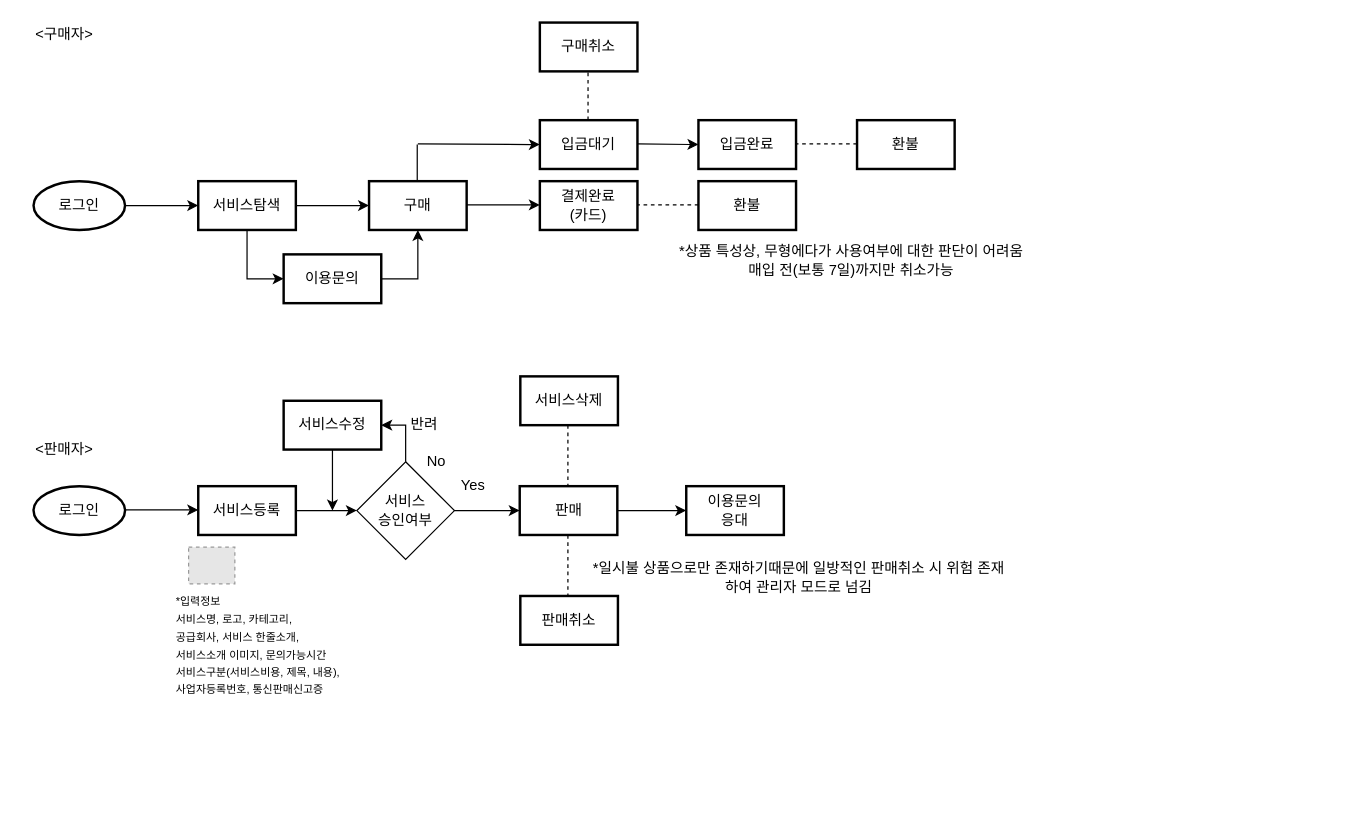
The draw.io diagram 비즈니스나우 컨설팅_RESET.drawio in Lucidhomme/TIL, before the edit. Source tidied: cells renumbered, new cells numbered last; positions are measured from the earlier drawing's top-left corner, leaving out a move shared by most shapes. Both pictures are drawn from the tidied source at 122%, with x=0, y=0 at pixel (21, 22). Pictures stored in the file or linked from it are replaced by grey dashed boxes.
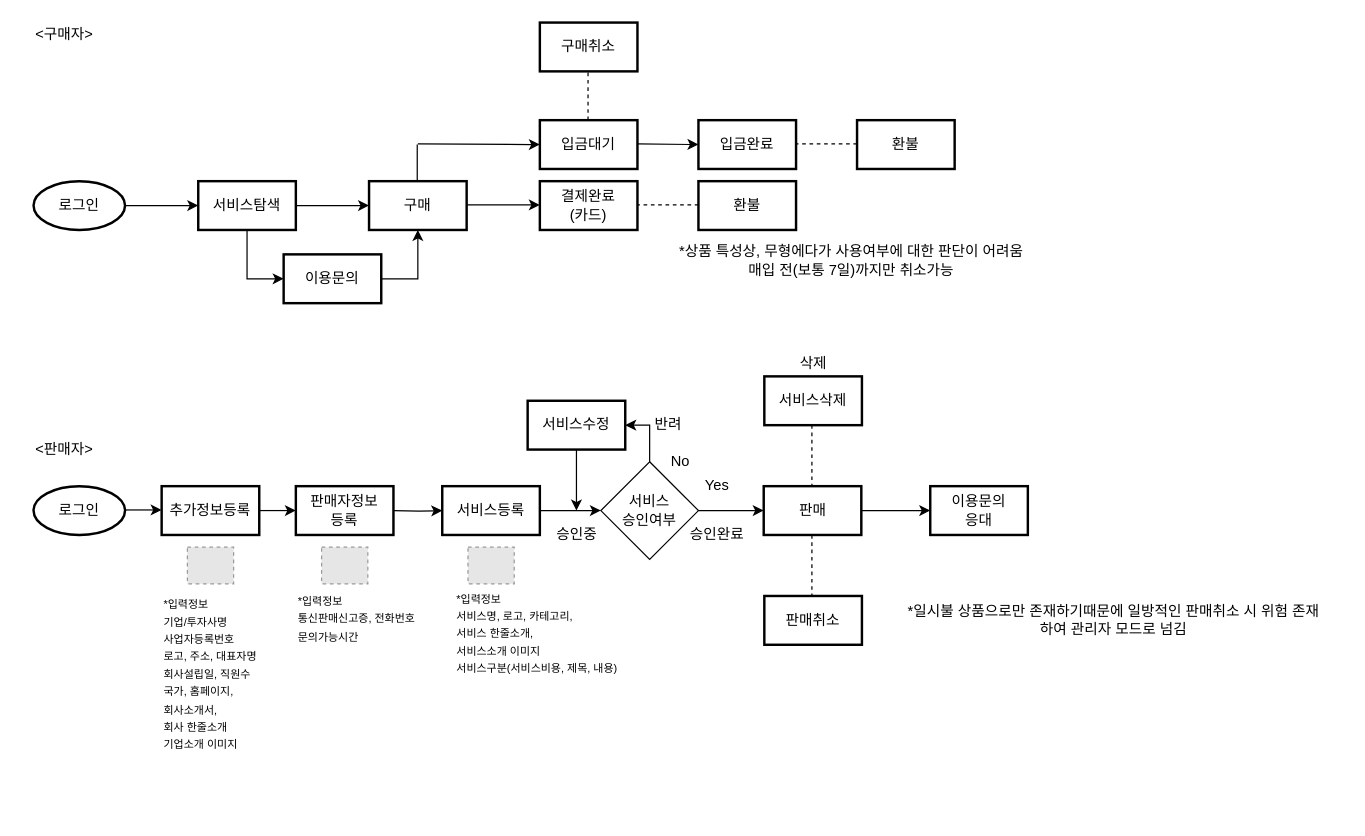
After the change.

Commit message:
Update 비즈니스나우 컨설팅_RESET.drawio

The edit, as a diff of the source:
```diff
@@
     <mxCell id="12" style="edgeStyle=orthogonalEdgeStyle;rounded=0;orthogonalLoop=1;jettySize=auto;html=1;" parent="1" edge="1">
       <mxGeometry relative="1" as="geometry">
         <mxPoint x="85" y="399.5" as="sourcePoint" />
-        <mxPoint x="145" y="399.5" as="targetPoint" />
+        <mxPoint x="115" y="399" as="targetPoint" />
       </mxGeometry>
     </mxCell>
@@
     <mxCell id="14" value="판매" style="whiteSpace=wrap;html=1;strokeWidth=2;" parent="1" vertex="1">
-      <mxGeometry x="408.5" y="380" width="80" height="40" as="geometry" />
+      <mxGeometry x="608.5" y="380" width="80" height="40" as="geometry" />
     </mxCell>
     <mxCell id="15" style="endArrow=none;dashed=1;html=1;entryX=0.5;entryY=0;entryDx=0;entryDy=0;" parent="1" edge="1">
       <mxGeometry relative="1" as="geometry">
-        <mxPoint x="448" y="420" as="sourcePoint" />
-        <mxPoint x="448" y="470" as="targetPoint" />
+        <mxPoint x="648" y="420" as="sourcePoint" />
+        <mxPoint x="648" y="470" as="targetPoint" />
       </mxGeometry>
     </mxCell>
     <mxCell id="16" value="판매취소" style="whiteSpace=wrap;html=1;strokeWidth=2;" parent="1" vertex="1">
-      <mxGeometry x="409" y="470" width="80" height="40" as="geometry" />
+      <mxGeometry x="609" y="470" width="80" height="40" as="geometry" />
     </mxCell>
     <mxCell id="17" style="fillColor=#E6E6E6;strokeColor=#999999;dashed=1;verticalLabelPosition=bottom;labelBackgroundColor=#ffffff;verticalAlign=top;" parent="1" vertex="1">
-      <mxGeometry x="137.1" y="430" width="37.9" height="30" as="geometry" />
+      <mxGeometry x="366.1" y="430" width="37.9" height="30" as="geometry" />
     </mxCell>
-    <mxCell id="18" value="&lt;font style=&quot;font-size: 9px&quot;&gt;*입력정보&lt;br&gt;&lt;span style=&quot;font-family: &amp;#34;맑은 고딕&amp;#34;&quot;&gt;서비스명&lt;/span&gt;&lt;span style=&quot;font-family: &amp;#34;맑은 고딕&amp;#34;&quot;&gt;, &lt;/span&gt;&lt;span style=&quot;font-family: &amp;#34;맑은 고딕&amp;#34;&quot;&gt;로고&lt;/span&gt;&lt;span style=&quot;font-family: &amp;#34;맑은 고딕&amp;#34;&quot;&gt;, &lt;/span&gt;&lt;span style=&quot;font-family: &amp;#34;맑은 고딕&amp;#34;&quot;&gt;카테고리,&lt;/span&gt;&lt;span style=&quot;font-family: &amp;#34;맑은 고딕&amp;#34;&quot;&gt;&lt;br&gt;&lt;/span&gt;&lt;span style=&quot;font-family: &amp;#34;맑은 고딕&amp;#34;&quot;&gt;공급회사&lt;/span&gt;&lt;span style=&quot;font-family: &amp;#34;맑은 고딕&amp;#34;&quot;&gt;, 서비스 한줄소개&lt;/span&gt;&lt;span style=&quot;font-family: &amp;#34;맑은 고딕&amp;#34;&quot;&gt;, &lt;br&gt;&lt;/span&gt;&lt;span style=&quot;font-family: &amp;#34;맑은 고딕&amp;#34;&quot;&gt;서비스소개 이미지&lt;/span&gt;&lt;span style=&quot;font-family: &amp;#34;맑은 고딕&amp;#34;&quot;&gt;, 문의가능시간&lt;br&gt;&lt;/span&gt;&lt;span style=&quot;font-family: &amp;#34;맑은 고딕&amp;#34;&quot;&gt;서비스구분(서비스비용, 제목, 내용),&lt;br&gt;사업자등록번호, 통신판매신고증&lt;br&gt;&lt;/span&gt;&lt;/font&gt;" style="text;html=1;align=left;verticalAlign=middle;fillColor=none;strokeColor=none;rounded=0;" parent="1" vertex="1">
-      <mxGeometry x="125" y="460" width="180" height="100" as="geometry" />
+    <mxCell id="18" value="&lt;font style=&quot;font-size: 9px&quot;&gt;*입력정보&lt;br&gt;&lt;span style=&quot;font-family: &amp;#34;맑은 고딕&amp;#34;&quot;&gt;서비스명&lt;/span&gt;&lt;span style=&quot;font-family: &amp;#34;맑은 고딕&amp;#34;&quot;&gt;, &lt;/span&gt;&lt;span style=&quot;font-family: &amp;#34;맑은 고딕&amp;#34;&quot;&gt;로고&lt;/span&gt;&lt;span style=&quot;font-family: &amp;#34;맑은 고딕&amp;#34;&quot;&gt;, &lt;/span&gt;&lt;span style=&quot;font-family: &amp;#34;맑은 고딕&amp;#34;&quot;&gt;카테고리,&lt;/span&gt;&lt;span style=&quot;font-family: &amp;#34;맑은 고딕&amp;#34;&quot;&gt;&lt;br&gt;&lt;/span&gt;&lt;span style=&quot;font-family: &amp;#34;맑은 고딕&amp;#34;&quot;&gt;서비스 한줄소개&lt;/span&gt;&lt;span style=&quot;font-family: &amp;#34;맑은 고딕&amp;#34;&quot;&gt;, &lt;br&gt;&lt;/span&gt;&lt;span style=&quot;font-family: &amp;#34;맑은 고딕&amp;#34;&quot;&gt;서비스소개 이미지&lt;/span&gt;&lt;span style=&quot;font-family: &amp;#34;맑은 고딕&amp;#34;&quot;&gt;&lt;br&gt;&lt;/span&gt;&lt;span style=&quot;font-family: &amp;#34;맑은 고딕&amp;#34;&quot;&gt;서비스구분(서비스비용, 제목, 내용)&lt;br&gt;&lt;/span&gt;&lt;/font&gt;" style="text;html=1;align=left;verticalAlign=middle;fillColor=none;strokeColor=none;rounded=0;" parent="1" vertex="1">
+      <mxGeometry x="355" y="460" width="170" height="80" as="geometry" />
     </mxCell>
@@
     <mxCell id="29" value="서비스삭제" style="whiteSpace=wrap;html=1;strokeWidth=2;" parent="1" vertex="1">
-      <mxGeometry x="409" y="290" width="80" height="40" as="geometry" />
+      <mxGeometry x="609" y="290" width="80" height="40" as="geometry" />
     </mxCell>
     <mxCell id="30" value="No" style="text;html=1;align=center;verticalAlign=middle;fillColor=none;strokeColor=none;rounded=0;" parent="1" vertex="1">
-      <mxGeometry x="325" y="350" width="30" height="20" as="geometry" />
+      <mxGeometry x="525" y="350" width="30" height="20" as="geometry" />
     </mxCell>
@@
     <mxCell id="32" value="서비스등록" style="whiteSpace=wrap;html=1;strokeWidth=2;" parent="1" vertex="1">
-      <mxGeometry x="145" y="380" width="80" height="40" as="geometry" />
+      <mxGeometry x="345" y="380" width="80" height="40" as="geometry" />
     </mxCell>
@@
     <mxCell id="35" value="서비스&lt;br&gt;승인여부" style="rhombus;whiteSpace=wrap;html=1;" parent="1" vertex="1">
-      <mxGeometry x="275" y="360" width="80" height="80" as="geometry" />
+      <mxGeometry x="475" y="360" width="80" height="80" as="geometry" />
     </mxCell>
     <mxCell id="36" value="Yes" style="text;html=1;align=center;verticalAlign=middle;fillColor=none;strokeColor=none;rounded=0;" parent="1" vertex="1">
-      <mxGeometry x="355" y="370" width="30" height="20" as="geometry" />
+      <mxGeometry x="555" y="370" width="30" height="20" as="geometry" />
     </mxCell>
     <mxCell id="37" value="이용문의&lt;br&gt;응대" style="whiteSpace=wrap;html=1;strokeWidth=2;" parent="1" vertex="1">
-      <mxGeometry x="545" y="380" width="80" height="40" as="geometry" />
+      <mxGeometry x="745" y="380" width="80" height="40" as="geometry" />
     </mxCell>
     <mxCell id="38" style="endArrow=none;dashed=1;html=1;entryX=0.5;entryY=0;entryDx=0;entryDy=0;" parent="1" edge="1">
       <mxGeometry relative="1" as="geometry">
-        <mxPoint x="448" y="330" as="sourcePoint" />
-        <mxPoint x="448" y="380" as="targetPoint" />
+        <mxPoint x="648" y="330" as="sourcePoint" />
+        <mxPoint x="648" y="380" as="targetPoint" />
       </mxGeometry>
     </mxCell>
@@
     <mxCell id="42" style="edgeStyle=orthogonalEdgeStyle;rounded=0;jettySize=auto;html=1;" parent="1" edge="1" source="43">
       <mxGeometry relative="1" as="geometry">
-        <mxPoint x="255" y="400" as="targetPoint" />
+        <mxPoint x="455" y="400" as="targetPoint" />
       </mxGeometry>
     </mxCell>
     <mxCell id="43" value="서비스수정" style="whiteSpace=wrap;html=1;strokeWidth=2;" parent="1" vertex="1">
-      <mxGeometry x="215" y="310" width="80" height="40" as="geometry" />
+      <mxGeometry x="415" y="310" width="80" height="40" as="geometry" />
     </mxCell>
     <mxCell id="44" value="반려" style="text;html=1;align=center;verticalAlign=middle;fillColor=none;strokeColor=none;rounded=0;" parent="1" vertex="1">
-      <mxGeometry x="310" y="320" width="40" height="20" as="geometry" />
+      <mxGeometry x="510" y="320" width="40" height="20" as="geometry" />
     </mxCell>
     <mxCell id="45" value="*일시불 상품으로만 존재하기때문에 일방적인 판매취소 시 위험 존재&lt;br&gt;하여 관리자 모드로 넘김" style="text;html=1;align=center;verticalAlign=middle;fillColor=none;strokeColor=none;rounded=0;" parent="1" vertex="1">
-      <mxGeometry x="447" y="440" width="380" height="30" as="geometry" />
+      <mxGeometry x="705" y="475" width="380" height="30" as="geometry" />
     </mxCell>
@@
+    <mxCell id="48" value="승인중" style="text;html=1;align=center;verticalAlign=middle;fillColor=none;strokeColor=none;rounded=0;" parent="1" vertex="1">
+      <mxGeometry x="430" y="410" width="50" height="20" as="geometry" />
+    </mxCell>
+    <mxCell id="49" value="승인완료" style="text;html=1;align=center;verticalAlign=middle;fillColor=none;strokeColor=none;rounded=0;" parent="1" vertex="1">
+      <mxGeometry x="540" y="410" width="60" height="20" as="geometry" />
+    </mxCell>
+    <mxCell id="50" value="추가정보등록" style="whiteSpace=wrap;html=1;strokeWidth=2;" parent="1" vertex="1">
+      <mxGeometry x="115" y="380" width="80" height="40" as="geometry" />
+    </mxCell>
+    <mxCell id="51" style="edgeStyle=orthogonalEdgeStyle;rounded=0;orthogonalLoop=1;jettySize=auto;html=1;" parent="1" edge="1">
+      <mxGeometry relative="1" as="geometry">
+        <mxPoint x="195" y="400" as="sourcePoint" />
+        <mxPoint x="225" y="399.5" as="targetPoint" />
+      </mxGeometry>
+    </mxCell>
+    <mxCell id="52" value="판매자정보&lt;br&gt;등록" style="whiteSpace=wrap;html=1;strokeWidth=2;" parent="1" vertex="1">
+      <mxGeometry x="225" y="380" width="80" height="40" as="geometry" />
+    </mxCell>
+    <mxCell id="53" style="edgeStyle=orthogonalEdgeStyle;rounded=0;jettySize=auto;html=1;entryX=0;entryY=0.5;entryDx=0;entryDy=0;" parent="1" edge="1" target="32">
+      <mxGeometry relative="1" as="geometry">
+        <mxPoint x="305" y="400" as="sourcePoint" />
+      </mxGeometry>
+    </mxCell>
+    <mxCell id="54" style="fillColor=#E6E6E6;strokeColor=#999999;dashed=1;verticalLabelPosition=bottom;labelBackgroundColor=#ffffff;verticalAlign=top;" parent="1" vertex="1">
+      <mxGeometry x="246.1" y="430" width="37.9" height="30" as="geometry" />
+    </mxCell>
+    <mxCell id="55" value="&lt;font style=&quot;font-size: 9px&quot;&gt;*입력정보&lt;br&gt;&lt;span style=&quot;font-family: &amp;#34;맑은 고딕&amp;#34;&quot;&gt;통신판매신고증, 전화번호&lt;br&gt;문의가능시간&lt;br&gt;&lt;/span&gt;&lt;span style=&quot;font-family: &amp;#34;맑은 고딕&amp;#34;&quot;&gt;&lt;br&gt;&lt;/span&gt;&lt;/font&gt;" style="text;html=1;align=left;verticalAlign=middle;fillColor=none;strokeColor=none;rounded=0;" parent="1" vertex="1">
+      <mxGeometry x="225" y="460" width="130" height="70" as="geometry" />
+    </mxCell>
+    <mxCell id="56" style="fillColor=#E6E6E6;strokeColor=#999999;dashed=1;verticalLabelPosition=bottom;labelBackgroundColor=#ffffff;verticalAlign=top;" parent="1" vertex="1">
+      <mxGeometry x="136.1" y="430" width="37.9" height="30" as="geometry" />
+    </mxCell>
+    <mxCell id="57" value="&lt;font style=&quot;font-size: 9px&quot;&gt;*입력정보&lt;br&gt;&lt;span style=&quot;font-family: &amp;#34;맑은 고딕&amp;#34;&quot;&gt;기업/투자사명&lt;br&gt;사업자등록번호&lt;br&gt;로고, 주소, 대표자명&lt;br&gt;회사설립일, 직원수&lt;br&gt;국가, 홈페이지,&lt;br&gt;회사소개서,&lt;br&gt;회사 한줄소개&lt;br&gt;기업소개 이미지&lt;br&gt;&lt;br&gt;&lt;br&gt;&lt;/span&gt;&lt;span style=&quot;font-family: &amp;#34;맑은 고딕&amp;#34;&quot;&gt;&lt;br&gt;&lt;/span&gt;&lt;/font&gt;" style="text;html=1;align=left;verticalAlign=middle;fillColor=none;strokeColor=none;rounded=0;" parent="1" vertex="1">
+      <mxGeometry x="115" y="460" width="110" height="190" as="geometry" />
+    </mxCell>
+    <mxCell id="58" value="삭제" style="text;html=1;align=center;verticalAlign=middle;fillColor=none;strokeColor=none;rounded=0;" parent="1" vertex="1">
+      <mxGeometry x="628.5" y="270" width="40" height="20" as="geometry" />
+    </mxCell>
```
